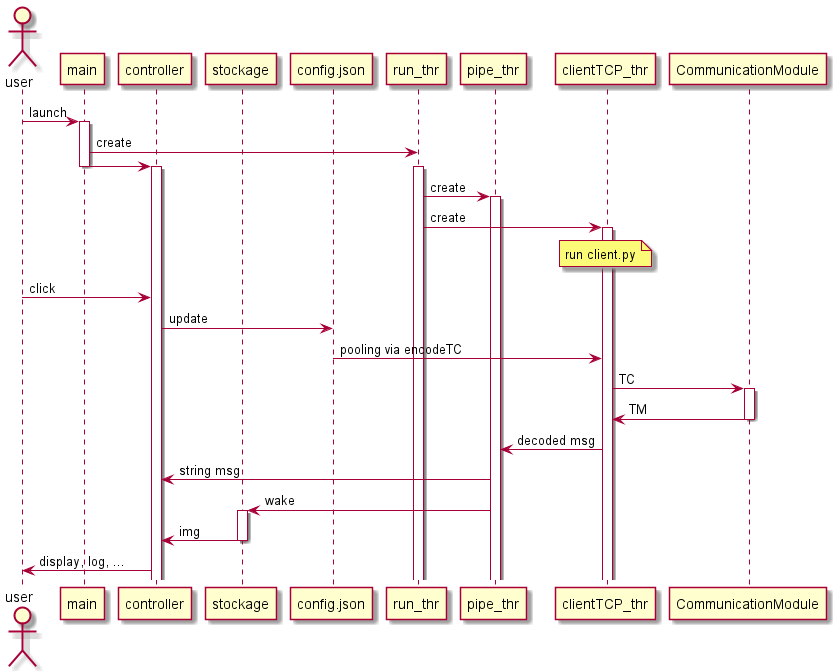
Before: out/plantuml/A-Eye_Controller/A-Eye_Controller_sequence_diagram.png, a diagram exported from PlantUML (GuilhemROLLAND/A-Eye_Documentation). The source it was exported from:
```plantuml
@startuml A-Eye_Controller_sequence_diagram
actor user
participant main
participant controller
participant stockage
participant config.json
participant run_thr
participant pipe_thr
participant clientTCP_thr
participant CommunicationModule

user -> main : launch
activate main
main -> run_thr : create
main -> controller :
deactivate main
activate controller
activate run_thr
run_thr -> pipe_thr : create
activate pipe_thr
run_thr -> clientTCP_thr : create
activate clientTCP_thr
note over clientTCP_thr : run client.py
user -> controller : click
controller -> config.json : update
config.json -> clientTCP_thr : pooling via encodeTC
clientTCP_thr -> CommunicationModule : TC
activate CommunicationModule
CommunicationModule -> clientTCP_thr : TM
deactivate CommunicationModule
clientTCP_thr -> pipe_thr : decoded msg
pipe_thr -> controller : string msg
pipe_thr -> stockage : wake
activate stockage
stockage -> controller : img
deactivate stockage
controller -> user : display, log, ...

@enduml
```
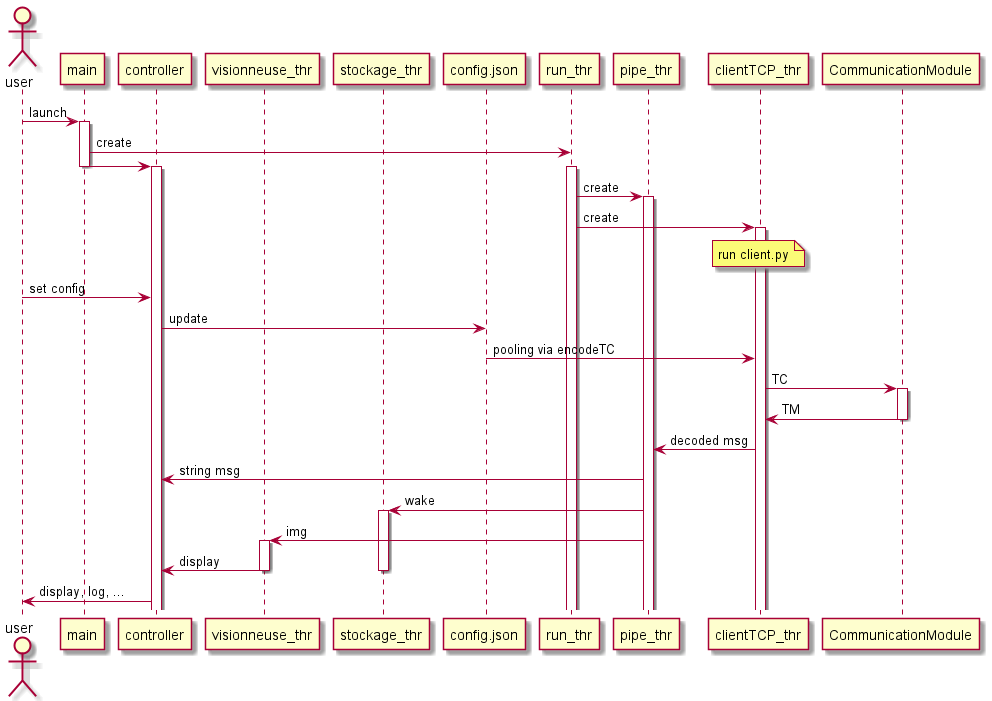
The same file after the commit.

Commit message:
add thread for storage and visionneuse

The edit, as a diff of the source:
```diff
@@ -2,7 +2,8 @@
 actor user
 participant main
 participant controller
-participant stockage
+participant visionneuse_thr
+participant stockage_thr as stockage
 participant config.json
 participant run_thr
 participant pipe_thr
@@ -21,7 +22,7 @@
 run_thr -> clientTCP_thr : create
 activate clientTCP_thr
 note over clientTCP_thr : run client.py
-user -> controller : click
+user -> controller : set config
 controller -> config.json : update
 config.json -> clientTCP_thr : pooling via encodeTC
 clientTCP_thr -> CommunicationModule : TC
@@ -32,7 +33,10 @@
 pipe_thr -> controller : string msg
 pipe_thr -> stockage : wake
 activate stockage
-stockage -> controller : img
+pipe_thr -> visionneuse_thr : img
+activate visionneuse_thr
+visionneuse_thr -> controller : display
+deactivate visionneuse_thr
 deactivate stockage
 controller -> user : display, log, ...
 
```
